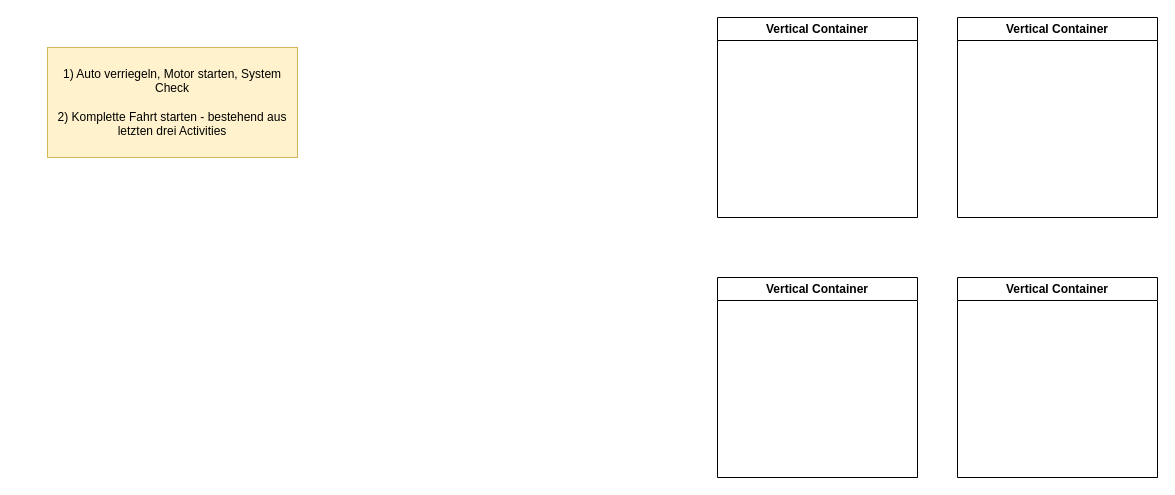
Earlier version of the draw.io diagram page "Aktivitätsdiagramme" (2 of 5) of auto_system.drawio (AdamSatzkeHSE/UML_Grundkurs_SANDATA). Source tidied: cells renumbered, new cells numbered last; positions are measured from the earlier drawing's top-left corner, leaving out a move shared by most shapes. Both pictures are drawn from the tidied source at 100%, with x=0, y=0 at pixel (47, 17).
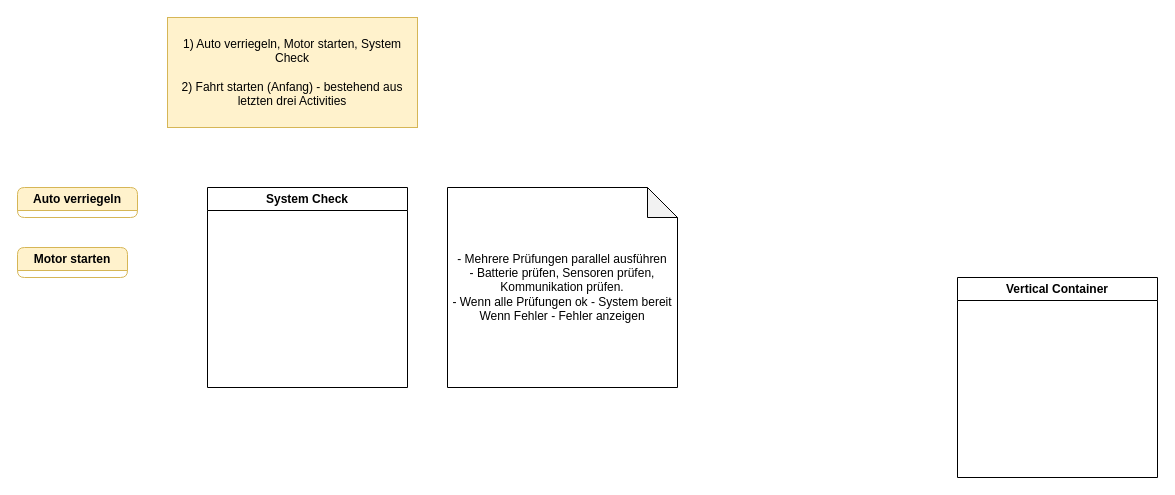
The same diagram, later.

Commit message:
system check

Diff of the diagram source:
```diff
@@
 <mxGraphModel>
   <root>
     <mxCell id="0" />
     <mxCell id="1" parent="0" />
-    <mxCell id="2" value="1) Auto verriegeln, Motor starten, System Check&lt;div&gt;&lt;br&gt;&lt;/div&gt;&lt;div&gt;2) Komplette Fahrt starten - bestehend aus letzten drei Activities&lt;/div&gt;" style="whiteSpace=wrap;html=1;fillColor=#fff2cc;strokeColor=#d6b656;" parent="1" vertex="1">
-      <mxGeometry y="30" width="250" height="110" as="geometry" />
+    <mxCell id="2" value="1) Auto verriegeln, Motor starten, System Check&lt;div&gt;&lt;br&gt;&lt;/div&gt;&lt;div&gt;2) Fahrt starten (Anfang) - bestehend aus letzten drei Activities&lt;/div&gt;" style="whiteSpace=wrap;html=1;fillColor=#fff2cc;strokeColor=#d6b656;" parent="1" vertex="1">
+      <mxGeometry x="120" width="250" height="110" as="geometry" />
     </mxCell>
-    <mxCell id="3" value="Vertical Container" style="swimlane;whiteSpace=wrap;html=1;" parent="1" vertex="1">
-      <mxGeometry x="670" width="200" height="200" as="geometry" />
+    <mxCell id="3" value="Auto verriegeln" style="swimlane;whiteSpace=wrap;html=1;rounded=1;fillColor=#fff2cc;strokeColor=#d6b656;" parent="1" vertex="1" collapsed="1">
+      <mxGeometry x="-30" y="170" width="120" height="30" as="geometry" />
     </mxCell>
-    <mxCell id="4" value="Vertical Container" style="swimlane;whiteSpace=wrap;html=1;" parent="1" vertex="1">
-      <mxGeometry x="670" y="260" width="200" height="200" as="geometry" />
+    <mxCell id="4" value="Motor starten" style="swimlane;whiteSpace=wrap;html=1;fillColor=#fff2cc;strokeColor=#d6b656;rounded=1;" parent="1" vertex="1" collapsed="1">
+      <mxGeometry x="-30" y="230" width="110" height="30" as="geometry" />
     </mxCell>
-    <mxCell id="5" value="Vertical Container" style="swimlane;whiteSpace=wrap;html=1;" parent="1" vertex="1">
-      <mxGeometry x="910" width="200" height="200" as="geometry" />
+    <mxCell id="5" value="System Check" style="swimlane;whiteSpace=wrap;html=1;startSize=23;" parent="1" vertex="1">
+      <mxGeometry x="160" y="170" width="200" height="200" as="geometry" />
     </mxCell>
     <mxCell id="6" value="Vertical Container" style="swimlane;whiteSpace=wrap;html=1;" parent="1" vertex="1">
       <mxGeometry x="910" y="260" width="200" height="200" as="geometry" />
     </mxCell>
+    <mxCell id="7" value="- Mehrere Prüfungen parallel ausführen&lt;div&gt;- Batterie prüfen, Sensoren prüfen, Kommunikation prüfen.&lt;/div&gt;&lt;div&gt;- Wenn alle Prüfungen ok - System bereit&lt;/div&gt;&lt;div&gt;Wenn Fehler - Fehler anzeigen&lt;/div&gt;" style="shape=note;whiteSpace=wrap;html=1;backgroundOutline=1;darkOpacity=0.05;" parent="1" vertex="1">
+      <mxGeometry x="400" y="170" width="230" height="200" as="geometry" />
+    </mxCell>
   </root>
 </mxGraphModel>
```
